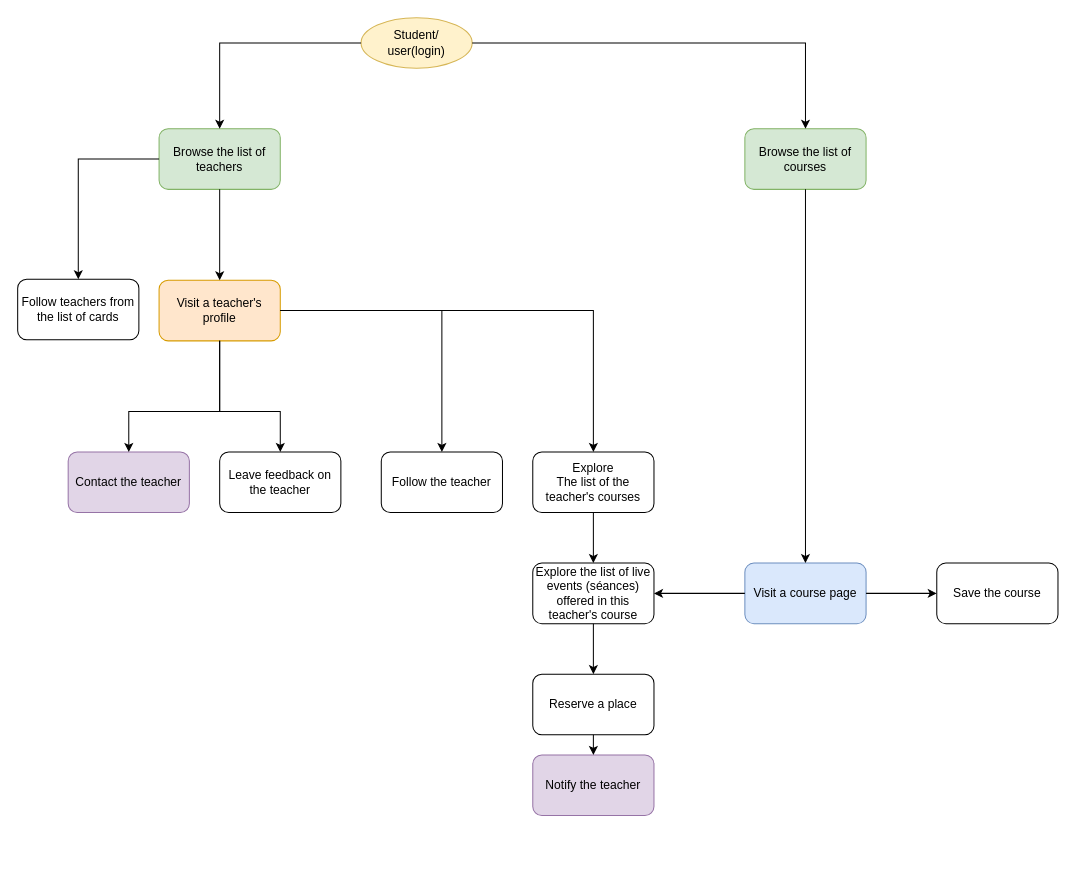
Before: flowcharts.drawio in faresUnderScore999/test1.0, a draw.io diagram. Source tidied: cells renumbered, new cells numbered last; positions are measured from the earlier drawing's top-left corner, leaving out a move shared by most shapes. Both pictures are drawn from the tidied source at 101%, with x=0, y=0 at pixel (17, 17).
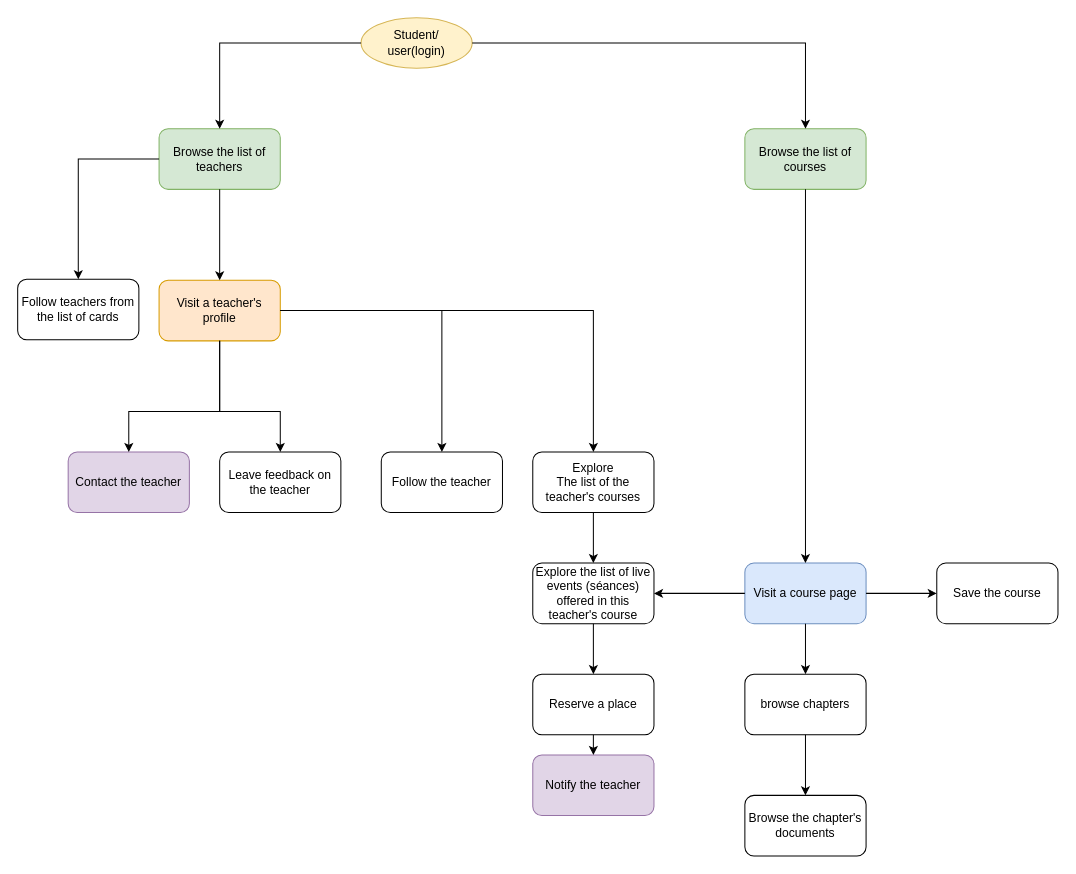
After the change.

Commit message (it also covers changes not shown here):
Mettre à jour flowcharts.drawio

The change refers to these unchanged cells:
```xml
<mxCell id="25" value="Visit a course page" style="rounded=1;whiteSpace=wrap;html=1;fillColor=#dae8fc;strokeColor=#6c8ebf;" parent="1" vertex="1">
  <mxGeometry x="720" y="540" width="120" height="60" as="geometry" />
</mxCell>
```

What changed in the source:
```diff
@@
+    <mxCell id="30" value="browse chapters" style="rounded=1;whiteSpace=wrap;html=1;" parent="1" vertex="1">
+      <mxGeometry x="720" y="650" width="120" height="60" as="geometry" />
+    </mxCell>
+    <mxCell id="31" value="Browse the chapter's documents" style="rounded=1;whiteSpace=wrap;html=1;" parent="1" vertex="1">
+      <mxGeometry x="720" y="770" width="120" height="60" as="geometry" />
+    </mxCell>
+    <mxCell id="32" style="endArrow=classic;html=1;rounded=0;exitX=0.5;exitY=1;exitDx=0;exitDy=0;entryX=0.5;entryY=0;entryDx=0;entryDy=0;" parent="1" edge="1" source="25" target="30">
+      <mxGeometry relative="1" as="geometry" />
+    </mxCell>
+    <mxCell id="33" style="endArrow=classic;html=1;rounded=0;exitX=0.5;exitY=1;exitDx=0;exitDy=0;entryX=0.5;entryY=0;entryDx=0;entryDy=0;" parent="1" edge="1" source="30" target="31">
+      <mxGeometry relative="1" as="geometry" />
+    </mxCell>
```
